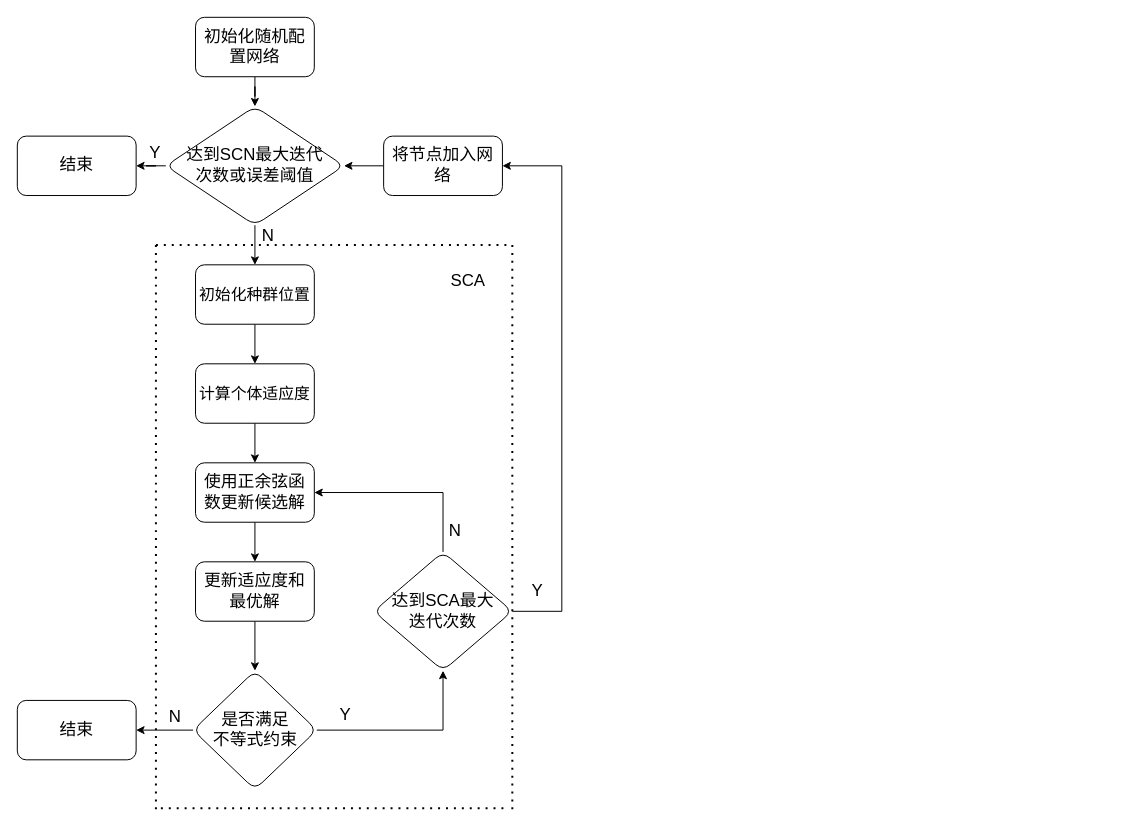
Earlier version of the draw.io diagram SCN流程图.drawio (hmh38324/diagrams). Source tidied: cells renumbered, new cells numbered last; positions are measured from the earlier drawing's top-left corner, leaving out a move shared by most shapes. Both pictures are drawn from the tidied source at 99%, with x=0, y=0 at pixel (17, 17).
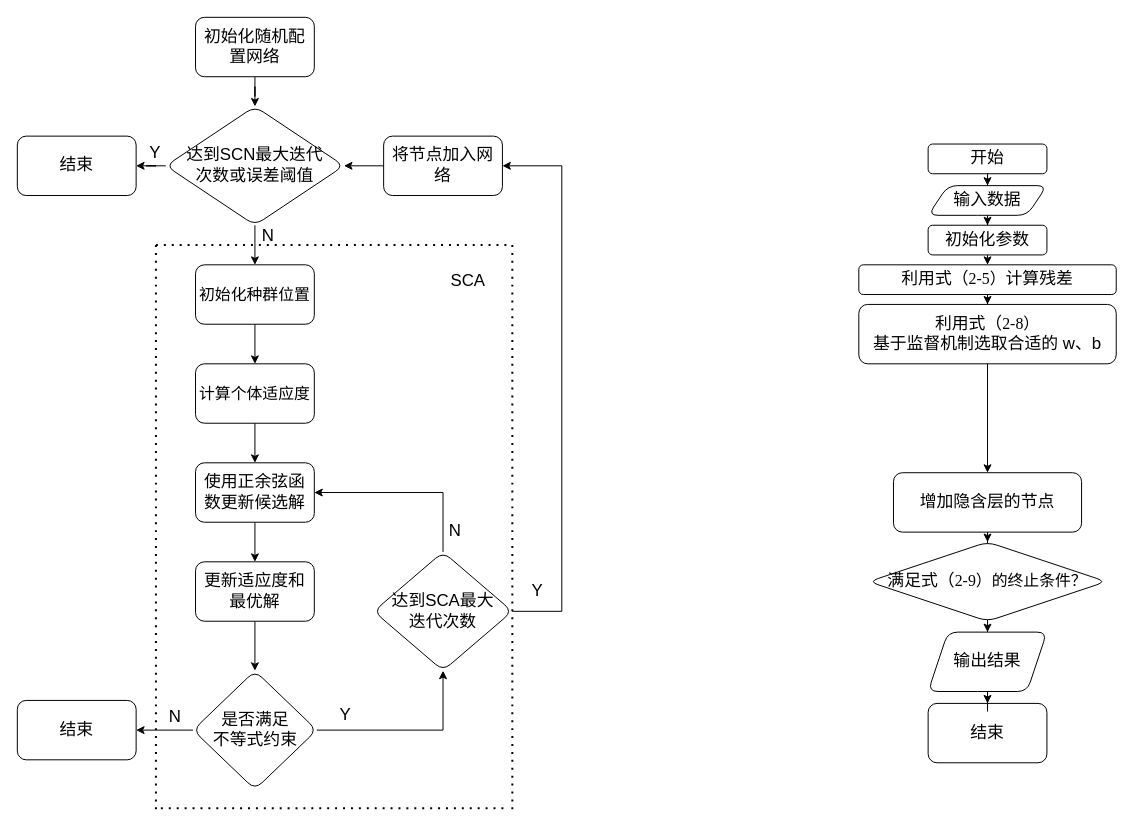
Above is the later version.

Commit message:
更新SCN流程图.drawio

What changed in the source:
```diff
@@
+    <mxCell id="36" style="edgeStyle=orthogonalEdgeStyle;rounded=0;jettySize=auto;html=1;" parent="1" edge="1" source="37" target="39">
+      <mxGeometry relative="1" as="geometry" />
+    </mxCell>
+    <mxCell id="37" value="开始" style="rounded=1;whiteSpace=wrap;html=1;fontSize=17;" parent="1" vertex="1">
+      <mxGeometry x="920" y="128" width="120" height="30" as="geometry" />
+    </mxCell>
+    <mxCell id="38" style="edgeStyle=orthogonalEdgeStyle;rounded=0;jettySize=auto;html=1;" parent="1" edge="1" source="39" target="41">
+      <mxGeometry relative="1" as="geometry" />
+    </mxCell>
+    <mxCell id="39" value="输入数据" style="shape=parallelogram;perimeter=parallelogramPerimeter;whiteSpace=wrap;html=1;fixedSize=1;fontSize=17;rounded=1;" parent="1" vertex="1">
+      <mxGeometry x="920" y="170" width="120" height="30" as="geometry" />
+    </mxCell>
+    <mxCell id="40" style="edgeStyle=orthogonalEdgeStyle;rounded=0;jettySize=auto;html=1;exitX=0.5;exitY=1;exitDx=0;exitDy=0;entryX=0.5;entryY=0;entryDx=0;entryDy=0;" parent="1" edge="1" source="41" target="43">
+      <mxGeometry relative="1" as="geometry" />
+    </mxCell>
+    <mxCell id="41" value="初始化参数" style="whiteSpace=wrap;html=1;fontSize=17;rounded=1;" parent="1" vertex="1">
+      <mxGeometry x="920" y="210" width="120" height="30" as="geometry" />
+    </mxCell>
+    <mxCell id="42" style="edgeStyle=orthogonalEdgeStyle;rounded=0;jettySize=auto;html=1;" parent="1" edge="1" source="43" target="45">
+      <mxGeometry relative="1" as="geometry" />
+    </mxCell>
+    <mxCell id="43" value="利用式（&lt;span style=&quot;font-size: 12pt; text-align: start; font-family: &amp;quot;Times New Roman&amp;quot;, serif;&quot; lang=&quot;EN-US&quot;&gt;2-5&lt;/span&gt;&lt;span style=&quot;font-size: 12pt; text-align: start; font-family: 宋体;&quot;&gt;）&lt;/span&gt;计算残差" style="whiteSpace=wrap;html=1;fontSize=17;rounded=1;" parent="1" vertex="1">
+      <mxGeometry x="850" y="250" width="260" height="30" as="geometry" />
+    </mxCell>
+    <mxCell id="44" style="edgeStyle=orthogonalEdgeStyle;rounded=0;jettySize=auto;html=1;" parent="1" edge="1" source="45" target="47">
+      <mxGeometry relative="1" as="geometry" />
+    </mxCell>
+    <mxCell id="45" value="利用式（&lt;span style=&quot;font-size: 12pt; text-align: start; font-family: &amp;quot;Times New Roman&amp;quot;, serif;&quot; lang=&quot;EN-US&quot;&gt;2-8&lt;/span&gt;&lt;span style=&quot;font-size: 12pt; text-align: start; font-family: 宋体;&quot;&gt;）&lt;/span&gt;&lt;span style=&quot;font-family: -webkit-standard; font-size: medium; text-align: start;&quot;&gt;&lt;/span&gt;&lt;br&gt;基于监督机制选取合适的 w、b" style="whiteSpace=wrap;html=1;fontSize=17;rounded=1;" parent="1" vertex="1">
+      <mxGeometry x="850" y="290" width="260" height="60" as="geometry" />
+    </mxCell>
+    <mxCell id="46" style="edgeStyle=orthogonalEdgeStyle;rounded=0;jettySize=auto;html=1;" parent="1" edge="1" source="47" target="49">
+      <mxGeometry relative="1" as="geometry" />
+    </mxCell>
+    <mxCell id="47" value="增加隐含层的节点" style="rounded=1;whiteSpace=wrap;html=1;fontSize=17;" parent="1" vertex="1">
+      <mxGeometry x="885" y="460" width="190" height="60" as="geometry" />
+    </mxCell>
+    <mxCell id="48" style="edgeStyle=orthogonalEdgeStyle;rounded=0;jettySize=auto;html=1;" parent="1" edge="1" source="49" target="52">
+      <mxGeometry relative="1" as="geometry" />
+    </mxCell>
+    <mxCell id="49" value="满足式（&lt;span style=&quot;font-size: 12pt; text-align: start; font-family: &amp;quot;Times New Roman&amp;quot;, serif;&quot; lang=&quot;EN-US&quot;&gt;2-9&lt;/span&gt;&lt;span style=&quot;font-size: 12pt; text-align: start; font-family: 宋体;&quot;&gt;）的终止条件？&lt;/span&gt;&lt;span style=&quot;font-family: -webkit-standard; font-size: medium; text-align: start;&quot;&gt;&lt;/span&gt;" style="rhombus;whiteSpace=wrap;html=1;fontSize=17;rounded=1;" parent="1" vertex="1">
+      <mxGeometry x="860" y="530" width="240" height="80" as="geometry" />
+    </mxCell>
+    <mxCell id="50" value="结束" style="rounded=1;whiteSpace=wrap;html=1;fontSize=17;" parent="1" vertex="1">
+      <mxGeometry x="920" y="693" width="120" height="60" as="geometry" />
+    </mxCell>
+    <mxCell id="51" style="edgeStyle=orthogonalEdgeStyle;rounded=0;jettySize=auto;html=1;exitX=0.5;exitY=1;exitDx=0;exitDy=0;" parent="1" edge="1" source="52" target="50">
+      <mxGeometry relative="1" as="geometry" />
+    </mxCell>
+    <mxCell id="52" value="输出结果" style="shape=parallelogram;perimeter=parallelogramPerimeter;whiteSpace=wrap;html=1;fixedSize=1;fontSize=17;rounded=1;" parent="1" vertex="1">
+      <mxGeometry x="920" y="621" width="120" height="60" as="geometry" />
+    </mxCell>
```
